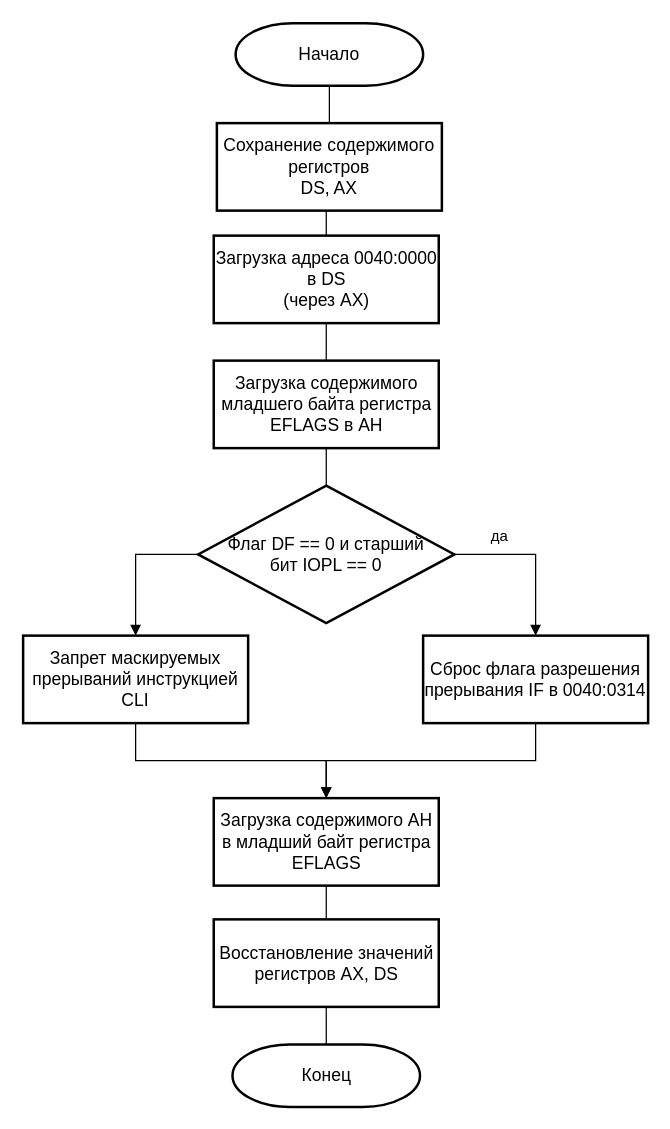
Before: page "sub_2" (4 of 4) of labs/lab1/int8h.drawio in awarebayes/os, a draw.io diagram. Source tidied: cells renumbered, new cells numbered last; positions are measured from the earlier drawing's top-left corner, leaving out a move shared by most shapes. Both pictures are drawn from the tidied source at 125%, with x=0, y=0 at pixel (22, 22).
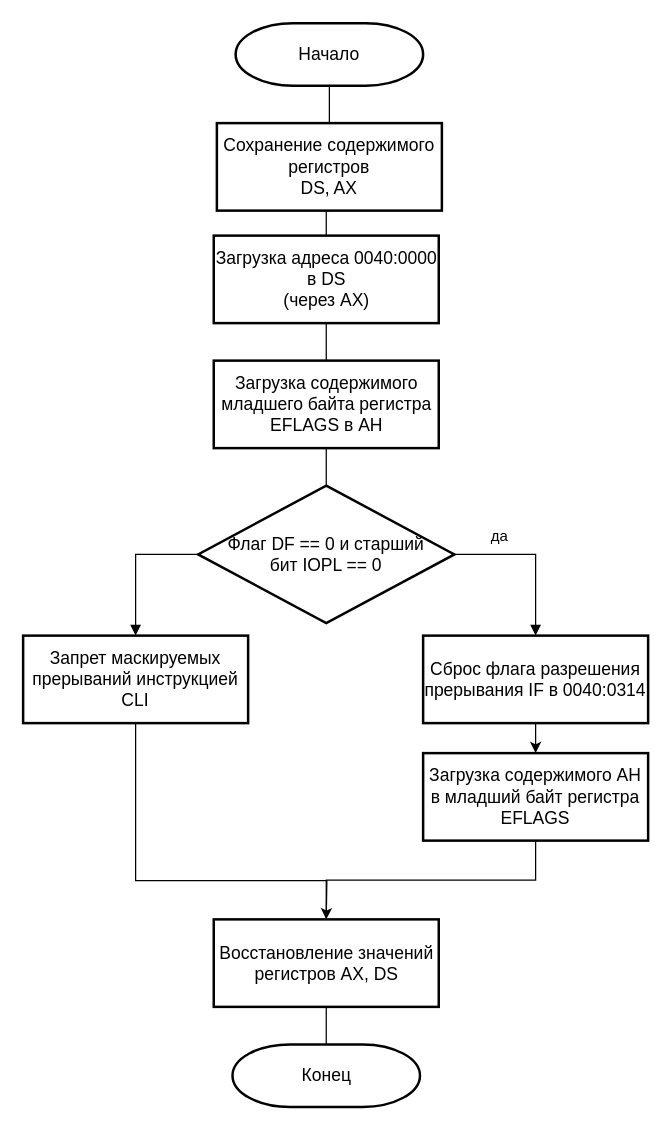
The same diagram, later.

Unchanged cells that the change refers to:
```xml
<mxCell id="6" value="&lt;span style=&quot;font-size: 14px&quot;&gt;Восстановление значений регистров AX, DS&lt;/span&gt;" style="whiteSpace=wrap;html=1;strokeWidth=2;" parent="1" vertex="1">
  <mxGeometry x="152.5" y="717" width="180" height="70" as="geometry" />
</mxCell>
<mxCell id="15" value="&lt;span style=&quot;font-size: 14px&quot;&gt;Запрет маскируемых прерываний инструкцией CLI&lt;/span&gt;" style="whiteSpace=wrap;html=1;strokeWidth=2;" parent="1" vertex="1">
  <mxGeometry y="490" width="180" height="70" as="geometry" />
</mxCell>
<mxCell id="17" value="&lt;span style=&quot;font-size: 14px&quot;&gt;Сброс флага разрешения прерывания IF в 0040:0314&lt;/span&gt;" style="whiteSpace=wrap;html=1;strokeWidth=2;" parent="1" vertex="1">
  <mxGeometry x="320" y="490" width="180" height="70" as="geometry" />
</mxCell>
```

Diff of the diagram source:
```diff
@@
-    <mxCell id="14" style="edgeStyle=orthogonalEdgeStyle;rounded=0;jettySize=auto;html=1;exitX=0.5;exitY=1;exitDx=0;exitDy=0;entryX=0.5;entryY=0;entryDx=0;entryDy=0;endArrow=block;endFill=1;" parent="1" edge="1" source="15" target="19">
-      <mxGeometry relative="1" as="geometry" />
-    </mxCell>
+    <mxCell id="23" style="edgeStyle=none;html=1;exitX=0.5;exitY=1;exitDx=0;exitDy=0;entryX=0.5;entryY=0;entryDx=0;entryDy=0;rounded=0;" parent="1" edge="1" source="15" target="6">
+      <mxGeometry relative="1" as="geometry">
+        <Array as="points">
+          <mxPoint x="90" y="686" />
+          <mxPoint x="165" y="686" />
+          <mxPoint x="243" y="686" />
+        </Array>
+      </mxGeometry>
+    </mxCell>
@@
-    <mxCell id="16" style="edgeStyle=orthogonalEdgeStyle;rounded=0;jettySize=auto;html=1;exitX=0.5;exitY=1;exitDx=0;exitDy=0;endArrow=block;endFill=1;entryX=0.5;entryY=0;entryDx=0;entryDy=0;" parent="1" edge="1" source="17" target="19">
+    <mxCell id="16" style="edgeStyle=none;html=1;exitX=0.5;exitY=1;exitDx=0;exitDy=0;entryX=0.5;entryY=0;entryDx=0;entryDy=0;" parent="1" edge="1" source="17" target="19">
       <mxGeometry relative="1" as="geometry" />
     </mxCell>
@@
     <mxCell id="19" value="&lt;span style=&quot;font-size: 14px&quot;&gt;Загрузка содержимого AH в младший байт регистра EFLAGS&lt;/span&gt;" style="whiteSpace=wrap;html=1;strokeWidth=2;" parent="1" vertex="1">
-      <mxGeometry x="152.5" y="620" width="180" height="70" as="geometry" />
+      <mxGeometry x="320" y="584" width="180" height="70" as="geometry" />
     </mxCell>
```
